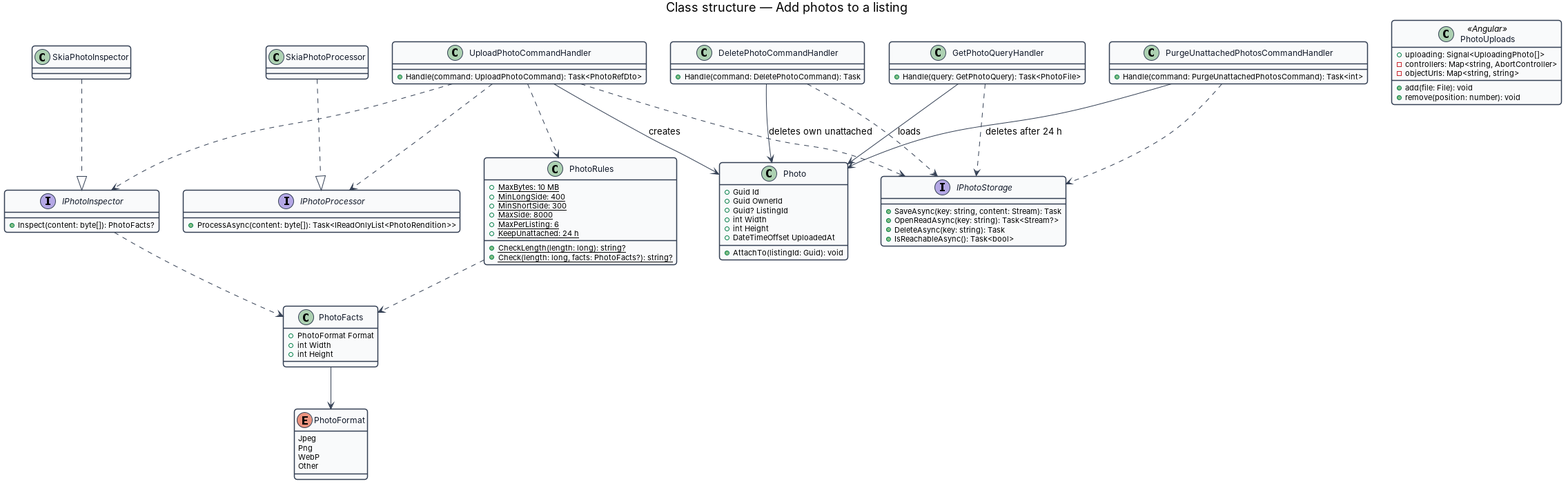
This is docs/detailed-designs/post/add-photos/diagrams/class-structure.png from QuinntyneBrown/christian-rent, a PlantUML export, as it was before one commit. Its source is kept beside it as docs/detailed-designs/post/add-photos/diagrams/class-structure.puml.
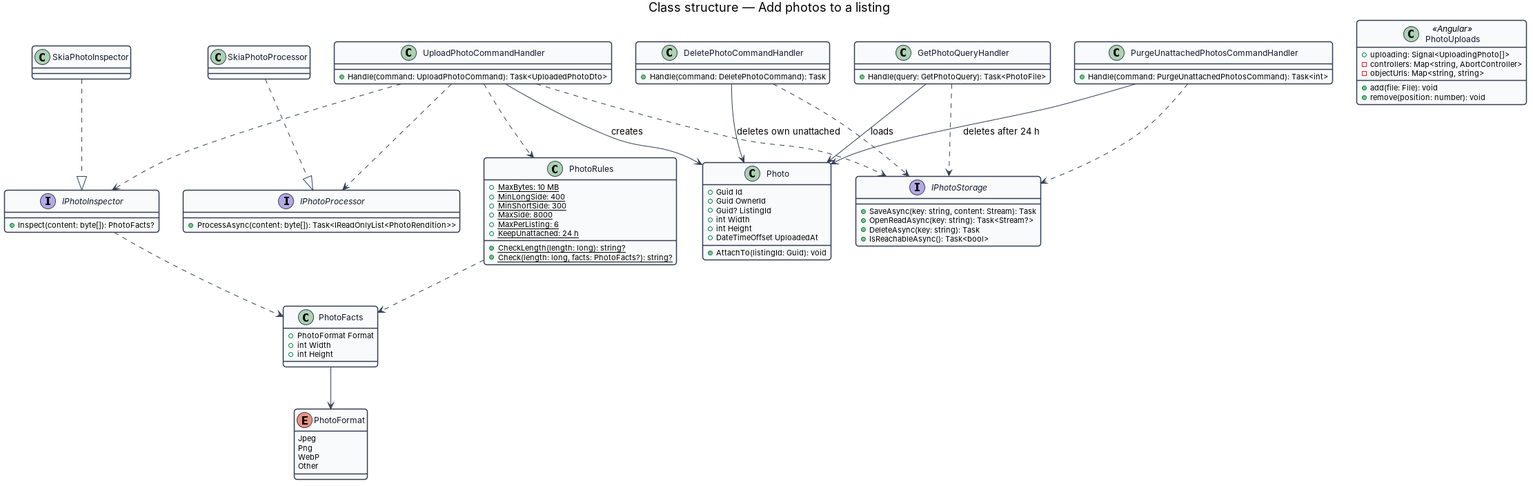
After the commit.

Diff of the diagram source:
```diff
@@ -56,7 +56,7 @@
 class SkiaPhotoInspector
 class SkiaPhotoProcessor
 class UploadPhotoCommandHandler {
-  +Handle(command: UploadPhotoCommand): Task<PhotoRefDto>
+  +Handle(command: UploadPhotoCommand): Task<UploadedPhotoDto>
 }
 class DeletePhotoCommandHandler {
   +Handle(command: DeletePhotoCommand): Task
```
